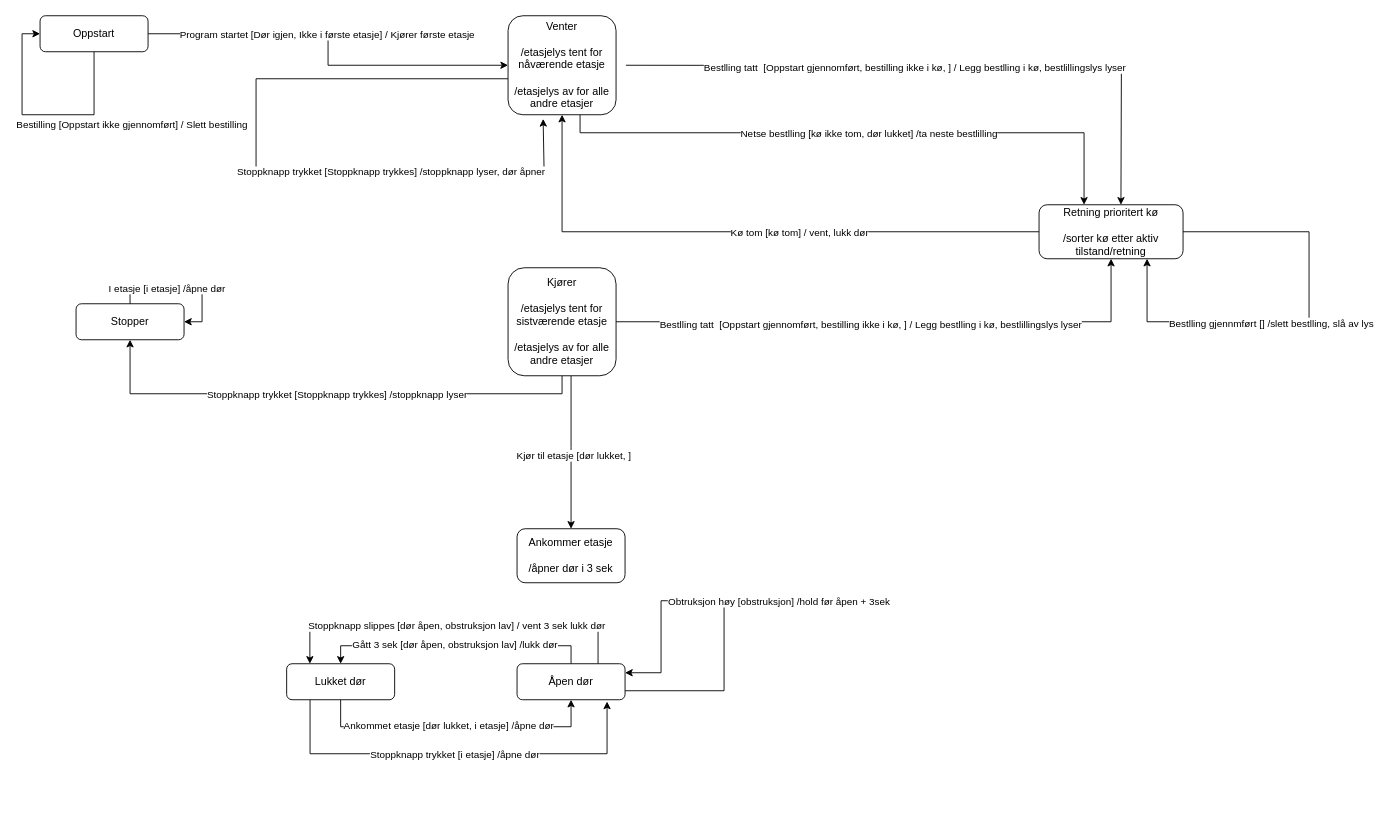
This is Untitled Diagram.drawio from Mariusrena/TTK4235, a draw.io file, before an edit. Source tidied: cells renumbered, new cells numbered last; positions are measured from the earlier drawing's top-left corner, leaving out a move shared by most shapes. Both pictures are drawn from the tidied source at 90%, with x=0, y=0 at pixel (22, 15).
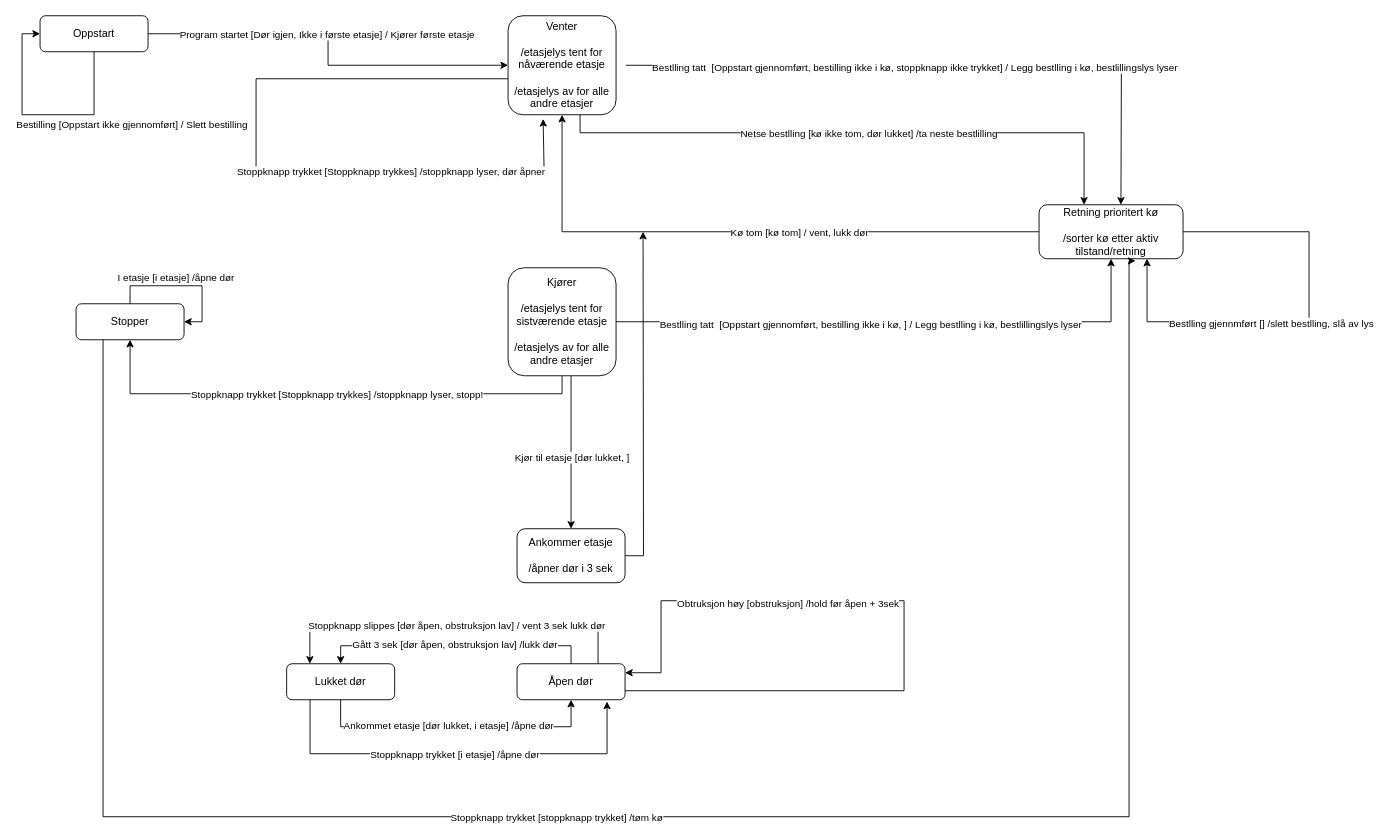
The same diagram, later.

Unchanged cells that the change refers to:
```xml
<mxCell id="12" style="edgeStyle=orthogonalEdgeStyle;rounded=0;orthogonalLoop=1;jettySize=auto;html=1;exitX=1;exitY=0.5;exitDx=0;exitDy=0;" parent="1" edge="1">
  <mxGeometry relative="1" as="geometry">
    <mxPoint x="671" y="55" as="sourcePoint" />
    <mxPoint x="1221" y="210" as="targetPoint" />
  </mxGeometry>
</mxCell>
<mxCell id="16" value="&lt;div&gt;Retning prioritert kø&lt;/div&gt;&lt;div&gt;&lt;br&gt;&lt;/div&gt;&lt;div&gt;/sorter kø etter aktiv tilstand/retning&lt;br&gt;&lt;/div&gt;" style="rounded=1;whiteSpace=wrap;html=1;fontSize=12;glass=0;strokeWidth=1;shadow=0;" parent="1" vertex="1">
  <mxGeometry x="1130" y="210" width="160" height="60" as="geometry" />
</mxCell>
<mxCell id="19" style="edgeStyle=orthogonalEdgeStyle;rounded=0;jettySize=auto;html=1;entryX=0.5;entryY=1;entryDx=0;entryDy=0;" parent="1" edge="1" source="23" target="24">
  <mxGeometry relative="1" as="geometry">
    <Array as="points">
      <mxPoint x="600" y="420" />
      <mxPoint x="120" y="420" />
    </Array>
  </mxGeometry>
</mxCell>
<mxCell id="21" style="edgeStyle=orthogonalEdgeStyle;rounded=0;jettySize=auto;html=1;" parent="1" edge="1" source="23" target="27">
  <mxGeometry relative="1" as="geometry">
    <Array as="points">
      <mxPoint x="610" y="480" />
      <mxPoint x="610" y="480" />
    </Array>
  </mxGeometry>
</mxCell>
<mxCell id="24" value="Stopper" style="rounded=1;whiteSpace=wrap;html=1;fontSize=12;glass=0;strokeWidth=1;shadow=0;" parent="1" vertex="1">
  <mxGeometry x="60" y="320" width="120" height="40" as="geometry" />
</mxCell>
<mxCell id="27" value="&lt;div&gt;Ankommer etasje &lt;br&gt;&lt;/div&gt;&lt;div&gt;&lt;br&gt;&lt;/div&gt;&lt;div&gt;/åpner dør i 3 sek&lt;br&gt;&lt;/div&gt;" style="rounded=1;whiteSpace=wrap;html=1;fontSize=12;glass=0;strokeWidth=1;shadow=0;" parent="1" vertex="1">
  <mxGeometry x="550" y="570" width="120" height="60" as="geometry" />
</mxCell>
<mxCell id="34" value="&lt;div&gt;Åpen dør&lt;/div&gt;" style="rounded=1;whiteSpace=wrap;html=1;fontSize=12;glass=0;strokeWidth=1;shadow=0;" parent="1" vertex="1">
  <mxGeometry x="550" y="720" width="120" height="40" as="geometry" />
</mxCell>
<mxCell id="41" style="edgeStyle=orthogonalEdgeStyle;rounded=0;orthogonalLoop=1;jettySize=auto;html=1;entryX=1;entryY=0.5;entryDx=0;entryDy=0;" parent="1" edge="1" source="24" target="24">
  <mxGeometry relative="1" as="geometry" />
</mxCell>
```

The edit, as a diff of the source:
```diff
@@
-    <mxCell id="13" value="Bestlling tatt&amp;nbsp; [Oppstart gjennomført, bestilling ikke i kø, ] / Legg bestlling i kø, bestlillingslys lyser" style="edgeLabel;html=1;align=center;verticalAlign=middle;" parent="12" vertex="1">
+    <mxCell id="13" value="Bestlling tatt&amp;nbsp; [Oppstart gjennomført, bestilling ikke i kø, stoppknapp ikke trykket] / Legg bestlling i kø, bestlillingslys lyser" style="edgeLabel;html=1;align=center;verticalAlign=middle;" parent="12" vertex="1">
       <mxGeometry x="-0.09" y="-2" relative="1" as="geometry" />
     </mxCell>
@@
-    <mxCell id="20" value="Stoppknapp trykket [Stoppknapp trykkes] /stoppknapp lyser" style="edgeLabel;html=1;align=center;verticalAlign=middle;" parent="19" vertex="1">
+    <mxCell id="20" value="Stoppknapp trykket [Stoppknapp trykkes] /stoppknapp lyser, stopp!" style="edgeLabel;html=1;align=center;verticalAlign=middle;" parent="19" vertex="1">
       <mxGeometry x="0.02" y="-2" relative="1" as="geometry">
         <mxPoint x="15" y="2" as="offset" />
       </mxGeometry>
     </mxCell>
@@
     <mxCell id="22" value="Kjør til etasje [dør lukket, ]" style="edgeLabel;html=1;align=center;verticalAlign=middle;" parent="21" vertex="1">
-      <mxGeometry x="0.04" y="2" relative="1" as="geometry" />
+      <mxGeometry x="0.04" y="2" relative="1" as="geometry">
+        <mxPoint x="-2" y="2" as="offset" />
+      </mxGeometry>
     </mxCell>
@@
+    <mxCell id="43" style="edgeStyle=orthogonalEdgeStyle;rounded=0;jettySize=auto;html=1;exitX=1;exitY=0.5;exitDx=0;exitDy=0;" parent="1" edge="1" source="27">
+      <mxGeometry relative="1" as="geometry">
+        <mxPoint x="690" y="240" as="targetPoint" />
+      </mxGeometry>
+    </mxCell>
@@
     <mxCell id="32" style="edgeStyle=orthogonalEdgeStyle;rounded=0;orthogonalLoop=1;jettySize=auto;html=1;entryX=1;entryY=0.25;entryDx=0;entryDy=0;" parent="1" edge="1" source="34" target="34">
       <mxGeometry relative="1" as="geometry">
         <Array as="points">
-          <mxPoint x="780" y="750" />
-          <mxPoint x="780" y="650" />
+          <mxPoint x="980" y="750" />
+          <mxPoint x="980" y="650" />
           <mxPoint x="710" y="650" />
           <mxPoint x="710" y="730" />
         </Array>
       </mxGeometry>
     </mxCell>
     <mxCell id="33" value="Obtruksjon høy [obstruksjon] /hold før åpen + 3sek" style="edgeLabel;html=1;align=center;verticalAlign=middle;" parent="32" vertex="1">
       <mxGeometry x="-0.01" y="-2" relative="1" as="geometry">
-        <mxPoint x="58" y="-12" as="offset" />
+        <mxPoint x="-132" y="-12" as="offset" />
       </mxGeometry>
     </mxCell>
@@
     <mxCell id="42" value="I etasje [i etasje] /åpne dør" style="edgeLabel;html=1;align=center;verticalAlign=middle;" parent="41" vertex="1">
-      <mxGeometry x="-0.25" y="-2" relative="1" as="geometry" />
+      <mxGeometry x="-0.25" y="-2" relative="1" as="geometry">
+        <mxPoint x="10" y="-12" as="offset" />
+      </mxGeometry>
     </mxCell>
+    <mxCell id="44" style="edgeStyle=orthogonalEdgeStyle;rounded=0;jettySize=auto;html=1;entryX=0.67;entryY=1.04;entryDx=0;entryDy=0;entryPerimeter=0;" parent="1" edge="1" source="24" target="16">
+      <mxGeometry relative="1" as="geometry">
+        <Array as="points">
+          <mxPoint x="90" y="890" />
+          <mxPoint x="1230" y="890" />
+          <mxPoint x="1230" y="272" />
+        </Array>
+      </mxGeometry>
+    </mxCell>
+    <mxCell id="45" value="Stoppknapp trykket [stoppknapp trykket] /tøm kø" style="edgeLabel;html=1;align=center;verticalAlign=middle;" parent="44" vertex="1">
+      <mxGeometry x="-0.1" relative="1" as="geometry" />
+    </mxCell>
```
